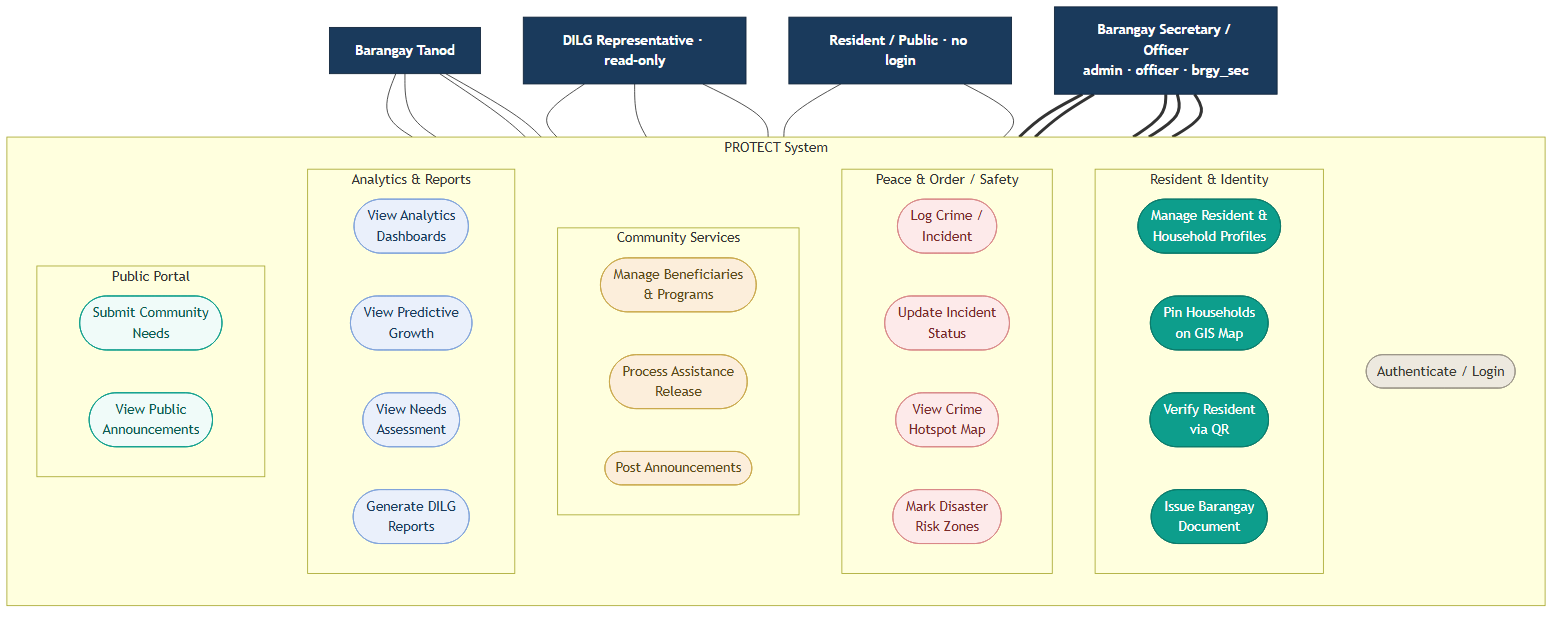
The Mermaid diagram diagrams/use_case.png in KellyEspera/protect, before a commit. Its source is kept beside it as diagrams/use_case.mmd.
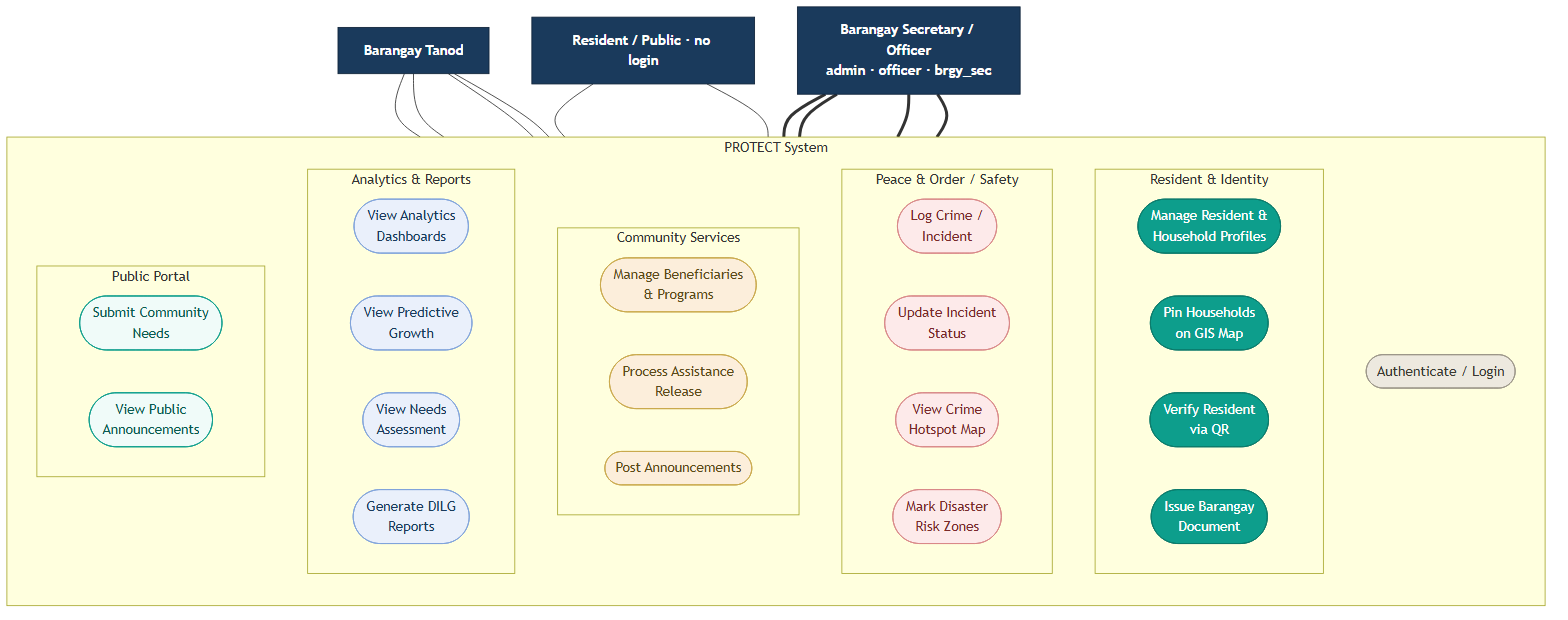
The same file after the commit.

Commit message:
Remove dilg_rep role; model DILG as external report recipient

Diff of the diagram source:
```diff
@@ -1,7 +1,6 @@
 flowchart TB
     Sec[" Barangay Secretary / Officer<br/>admin · officer · brgy_sec"]
     Tanod[" Barangay Tanod"]
-    DILG[" DILG Representative · read-only"]
     Res[" Resident / Public · no login"]
 
     subgraph SYS[PROTECT System]
@@ -58,10 +57,6 @@
     Tanod --- UC_Stat
     Tanod --- UC_Hot
 
-    DILG --- UC_Login
-    DILG --- UC_Rep
-    DILG --- UC_Needs
-
     Res --- UC_Submit
     Res --- UC_PubAnn
 
@@ -73,7 +68,7 @@
     classDef auth fill:#EDE9DF,stroke:#9A9488,color:#3A3A32;
     classDef public fill:#F0FBF9,stroke:#0D9E8C,color:#0a5a50;
 
-    class Sec,Tanod,DILG,Res actor;
+    class Sec,Tanod,Res actor;
     class UC_Login auth;
     class UC_Res,UC_GIS,UC_QR,UC_Doc resident;
     class UC_Ben,UC_Aid,UC_Ann community;
```
